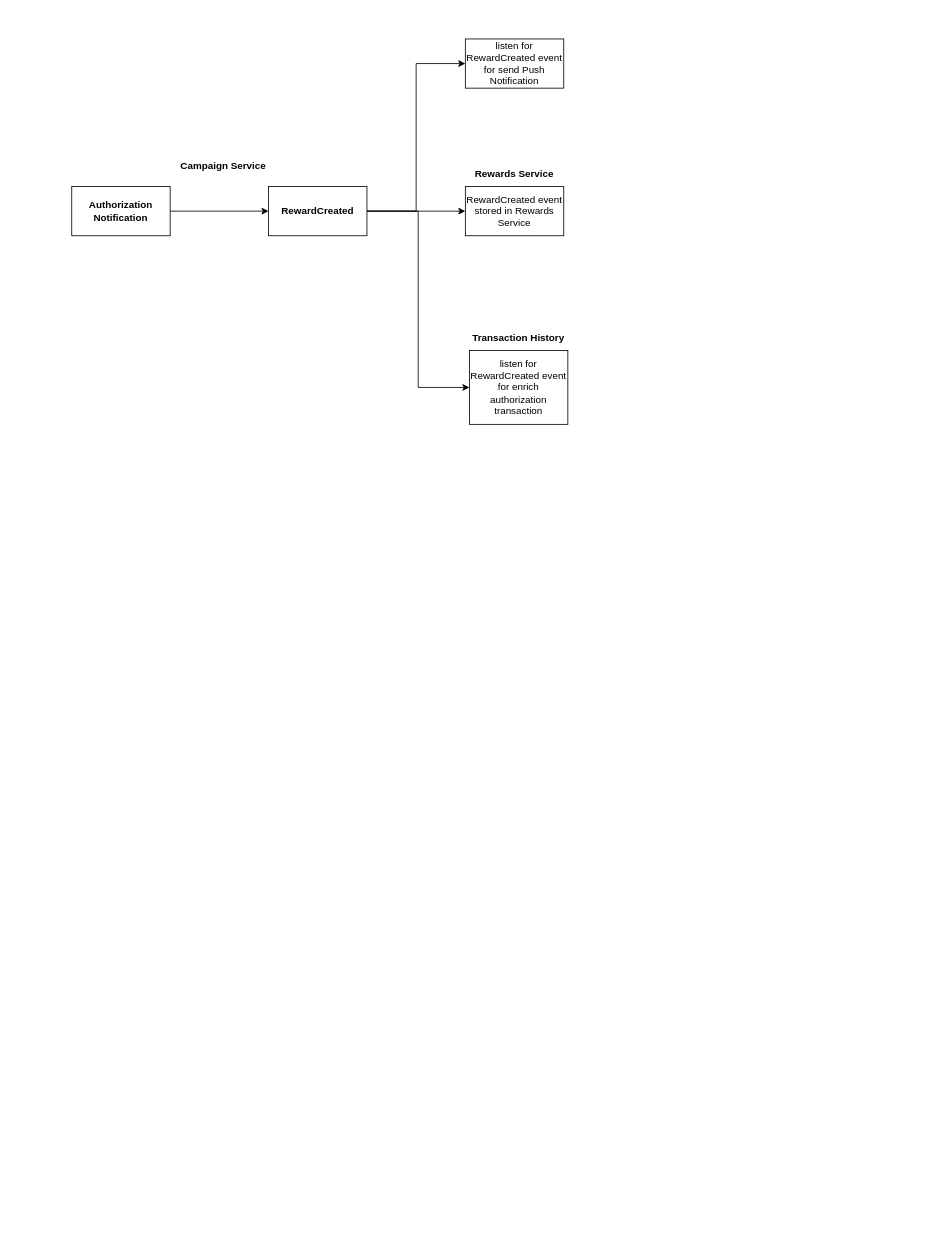
DemiusAcademius/diagrams keeps this draw.io diagram as Untitled Diagram.drawio. Above is the earlier version. Source tidied: cells renumbered, new cells numbered last; positions are measured from the earlier drawing's top-left corner, leaving out a move shared by most shapes. Both pictures are drawn from the tidied source at 82%, with x=0, y=0 at pixel (71, 39).
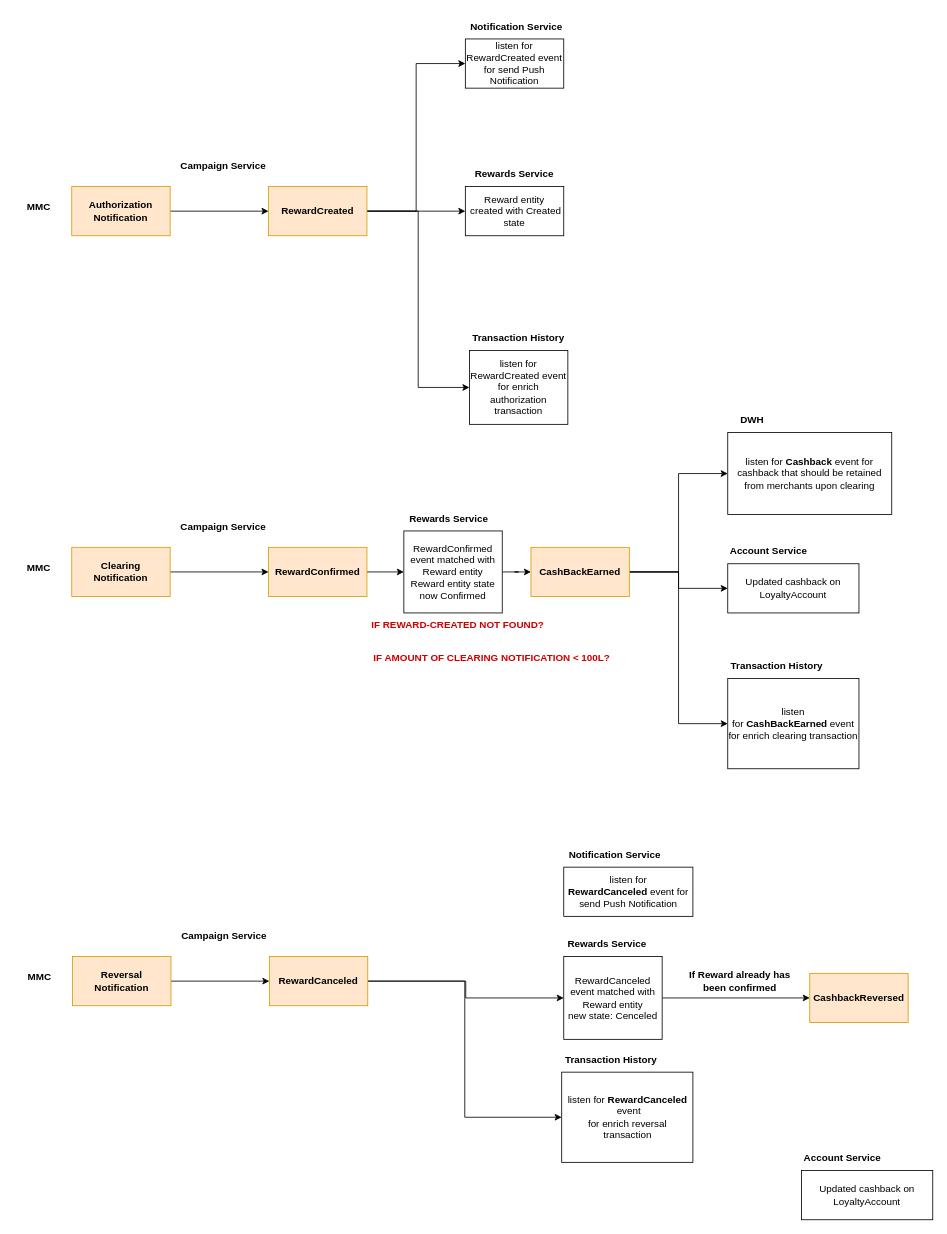
The same page after the edit.

The edit, as a diff of the source:
```diff
@@
-    <mxCell id="3" value="&lt;b&gt;Authorization&lt;br&gt;Notification&lt;/b&gt;" style="rounded=0;whiteSpace=wrap;html=1;" parent="1" vertex="1">
+    <mxCell id="3" value="&lt;b&gt;Authorization&lt;br&gt;Notification&lt;/b&gt;" style="rounded=0;whiteSpace=wrap;html=1;fillColor=#ffe6cc;strokeColor=#d79b00;" parent="1" vertex="1">
       <mxGeometry y="180" width="120" height="60" as="geometry" />
     </mxCell>
@@
-    <mxCell id="7" value="&lt;b&gt;RewardCreated&lt;/b&gt;" style="rounded=0;whiteSpace=wrap;html=1;" parent="1" vertex="1">
+    <mxCell id="7" value="&lt;b&gt;RewardCreated&lt;/b&gt;" style="rounded=0;whiteSpace=wrap;html=1;fillColor=#ffe6cc;strokeColor=#d79b00;" parent="1" vertex="1">
       <mxGeometry x="240" y="180" width="120" height="60" as="geometry" />
     </mxCell>
@@
-    <mxCell id="9" value="RewardCreated event stored in Rewards Service" style="rounded=0;whiteSpace=wrap;html=1;" parent="1" vertex="1">
+    <mxCell id="9" value="Reward entity&lt;br&gt;&amp;nbsp;created with Created state" style="rounded=0;whiteSpace=wrap;html=1;" parent="1" vertex="1">
       <mxGeometry x="480" y="180" width="120" height="60" as="geometry" />
     </mxCell>
@@
+    <mxCell id="14" style="edgeStyle=orthogonalEdgeStyle;rounded=0;jettySize=auto;html=1;entryX=0;entryY=0.5;entryDx=0;entryDy=0;" parent="1" edge="1" source="15" target="19">
+      <mxGeometry relative="1" as="geometry" />
+    </mxCell>
+    <mxCell id="15" value="&lt;b&gt;Clearing&lt;br&gt;Notification&lt;/b&gt;" style="rounded=0;whiteSpace=wrap;html=1;fillColor=#ffe6cc;strokeColor=#d79b00;" parent="1" vertex="1">
+      <mxGeometry y="620" width="120" height="60" as="geometry" />
+    </mxCell>
+    <mxCell id="16" value="&lt;b&gt;MMC&lt;/b&gt;" style="text;html=1;strokeColor=none;fillColor=none;align=center;verticalAlign=middle;whiteSpace=wrap;rounded=0;" parent="1" vertex="1">
+      <mxGeometry x="-70" y="190" width="60" height="30" as="geometry" />
+    </mxCell>
+    <mxCell id="17" value="&lt;b&gt;MMC&lt;/b&gt;" style="text;html=1;strokeColor=none;fillColor=none;align=center;verticalAlign=middle;whiteSpace=wrap;rounded=0;" parent="1" vertex="1">
+      <mxGeometry x="-70" y="630" width="60" height="30" as="geometry" />
+    </mxCell>
+    <mxCell id="18" style="edgeStyle=orthogonalEdgeStyle;rounded=0;jettySize=auto;html=1;entryX=0;entryY=0.5;entryDx=0;entryDy=0;" parent="1" edge="1" source="19" target="22">
+      <mxGeometry relative="1" as="geometry" />
+    </mxCell>
+    <mxCell id="19" value="&lt;b&gt;RewardConfirmed&lt;/b&gt;" style="rounded=0;whiteSpace=wrap;html=1;fillColor=#ffe6cc;strokeColor=#d79b00;" parent="1" vertex="1">
+      <mxGeometry x="240" y="620" width="120" height="60" as="geometry" />
+    </mxCell>
+    <mxCell id="20" value="&lt;b&gt;Campaign Service&lt;/b&gt;" style="text;html=1;strokeColor=none;fillColor=none;align=center;verticalAlign=middle;whiteSpace=wrap;rounded=0;" parent="1" vertex="1">
+      <mxGeometry x="130" y="580" width="110" height="30" as="geometry" />
+    </mxCell>
+    <mxCell id="21" style="edgeStyle=orthogonalEdgeStyle;rounded=0;jettySize=auto;html=1;entryX=0;entryY=0.5;entryDx=0;entryDy=0;" parent="1" edge="1" source="22" target="27">
+      <mxGeometry relative="1" as="geometry" />
+    </mxCell>
+    <mxCell id="22" value="RewardConfirmed event matched with Reward entity&lt;br&gt;Reward entity state now Confirmed" style="rounded=0;whiteSpace=wrap;html=1;" parent="1" vertex="1">
+      <mxGeometry x="405" y="600" width="120" height="100" as="geometry" />
+    </mxCell>
+    <mxCell id="23" value="&lt;b&gt;Rewards Service&lt;/b&gt;" style="text;html=1;strokeColor=none;fillColor=none;align=center;verticalAlign=middle;whiteSpace=wrap;rounded=0;" parent="1" vertex="1">
+      <mxGeometry x="405" y="570" width="110" height="30" as="geometry" />
+    </mxCell>
+    <mxCell id="24" style="edgeStyle=orthogonalEdgeStyle;rounded=0;jettySize=auto;html=1;entryX=0;entryY=0.5;entryDx=0;entryDy=0;" parent="1" edge="1" source="27" target="28">
+      <mxGeometry relative="1" as="geometry" />
+    </mxCell>
+    <mxCell id="25" style="edgeStyle=orthogonalEdgeStyle;rounded=0;jettySize=auto;html=1;entryX=0;entryY=0.5;entryDx=0;entryDy=0;" parent="1" edge="1" source="27" target="31">
+      <mxGeometry relative="1" as="geometry" />
+    </mxCell>
+    <mxCell id="26" style="edgeStyle=orthogonalEdgeStyle;rounded=0;jettySize=auto;html=1;entryX=0;entryY=0.5;entryDx=0;entryDy=0;" parent="1" edge="1" source="27" target="33">
+      <mxGeometry relative="1" as="geometry" />
+    </mxCell>
+    <mxCell id="27" value="&lt;b&gt;CashBackEarned&lt;/b&gt;" style="rounded=0;whiteSpace=wrap;html=1;fillColor=#ffe6cc;strokeColor=#d79b00;" parent="1" vertex="1">
+      <mxGeometry x="560" y="620" width="120" height="60" as="geometry" />
+    </mxCell>
+    <mxCell id="28" value="Updated cashback on LoyaltyAccount" style="rounded=0;whiteSpace=wrap;html=1;" parent="1" vertex="1">
+      <mxGeometry x="800" y="640" width="160" height="60" as="geometry" />
+    </mxCell>
+    <mxCell id="29" value="&lt;b&gt;Account Service&lt;/b&gt;" style="text;html=1;strokeColor=none;fillColor=none;align=center;verticalAlign=middle;whiteSpace=wrap;rounded=0;" parent="1" vertex="1">
+      <mxGeometry x="800" y="610" width="100" height="30" as="geometry" />
+    </mxCell>
+    <mxCell id="30" value="&lt;b&gt;Notification Service&lt;/b&gt;" style="text;html=1;strokeColor=none;fillColor=none;align=center;verticalAlign=middle;whiteSpace=wrap;rounded=0;" parent="1" vertex="1">
+      <mxGeometry x="480" y="-30" width="125" height="30" as="geometry" />
+    </mxCell>
+    <mxCell id="31" value="listen for&amp;nbsp;&lt;b style=&quot;border-color: var(--border-color);&quot;&gt;CashBackEarned&amp;nbsp;&lt;/b&gt;event&lt;br&gt;for enrich clearing transaction" style="rounded=0;whiteSpace=wrap;html=1;" parent="1" vertex="1">
+      <mxGeometry x="800" y="780" width="160" height="110" as="geometry" />
+    </mxCell>
+    <mxCell id="32" value="&lt;b&gt;Transaction History&lt;/b&gt;" style="text;html=1;strokeColor=none;fillColor=none;align=center;verticalAlign=middle;whiteSpace=wrap;rounded=0;" parent="1" vertex="1">
+      <mxGeometry x="800" y="750" width="120" height="30" as="geometry" />
+    </mxCell>
+    <mxCell id="33" value="listen for &lt;b&gt;Cashback &lt;/b&gt;event for&lt;br&gt;cashback that should be retained from merchants upon clearing" style="rounded=0;whiteSpace=wrap;html=1;" parent="1" vertex="1">
+      <mxGeometry x="800" y="480" width="200" height="100" as="geometry" />
+    </mxCell>
+    <mxCell id="34" value="&lt;b&gt;DWH&lt;/b&gt;" style="text;html=1;strokeColor=none;fillColor=none;align=center;verticalAlign=middle;whiteSpace=wrap;rounded=0;" parent="1" vertex="1">
+      <mxGeometry x="800" y="450" width="60" height="30" as="geometry" />
+    </mxCell>
+    <mxCell id="35" value="&lt;b&gt;&lt;font color=&quot;#cc0000&quot;&gt;IF REWARD-CREATED NOT FOUND?&lt;/font&gt;&lt;/b&gt;" style="text;html=1;strokeColor=none;fillColor=none;align=center;verticalAlign=middle;whiteSpace=wrap;rounded=0;" parent="1" vertex="1">
+      <mxGeometry x="361" y="700" width="220" height="30" as="geometry" />
+    </mxCell>
+    <mxCell id="36" style="edgeStyle=orthogonalEdgeStyle;rounded=0;jettySize=auto;html=1;entryX=0;entryY=0.5;entryDx=0;entryDy=0;" parent="1" edge="1" source="37" target="41">
+      <mxGeometry relative="1" as="geometry" />
+    </mxCell>
+    <mxCell id="37" value="&lt;b&gt;Reversal&lt;br&gt;Notification&lt;/b&gt;" style="rounded=0;whiteSpace=wrap;html=1;fillColor=#ffe6cc;strokeColor=#d79b00;" parent="1" vertex="1">
+      <mxGeometry x="1" y="1119" width="120" height="60" as="geometry" />
+    </mxCell>
+    <mxCell id="38" value="&lt;b&gt;MMC&lt;/b&gt;" style="text;html=1;strokeColor=none;fillColor=none;align=center;verticalAlign=middle;whiteSpace=wrap;rounded=0;" parent="1" vertex="1">
+      <mxGeometry x="-69" y="1129" width="60" height="30" as="geometry" />
+    </mxCell>
+    <mxCell id="39" style="edgeStyle=orthogonalEdgeStyle;rounded=0;jettySize=auto;html=1;entryX=0;entryY=0.5;entryDx=0;entryDy=0;" parent="1" edge="1" source="41" target="46">
+      <mxGeometry relative="1" as="geometry" />
+    </mxCell>
+    <mxCell id="40" style="edgeStyle=orthogonalEdgeStyle;rounded=0;jettySize=auto;html=1;entryX=0;entryY=0.5;entryDx=0;entryDy=0;" parent="1" edge="1" source="41" target="44">
+      <mxGeometry relative="1" as="geometry" />
+    </mxCell>
+    <mxCell id="41" value="&lt;b&gt;RewardCanceled&lt;/b&gt;" style="rounded=0;whiteSpace=wrap;html=1;fillColor=#ffe6cc;strokeColor=#d79b00;" parent="1" vertex="1">
+      <mxGeometry x="241" y="1119" width="120" height="60" as="geometry" />
+    </mxCell>
+    <mxCell id="42" value="&lt;b&gt;Campaign Service&lt;/b&gt;" style="text;html=1;strokeColor=none;fillColor=none;align=center;verticalAlign=middle;whiteSpace=wrap;rounded=0;" parent="1" vertex="1">
+      <mxGeometry x="131" y="1079" width="110" height="30" as="geometry" />
+    </mxCell>
+    <mxCell id="43" style="edgeStyle=orthogonalEdgeStyle;rounded=0;jettySize=auto;html=1;entryX=0;entryY=0.5;entryDx=0;entryDy=0;" parent="1" edge="1" source="44" target="51">
+      <mxGeometry relative="1" as="geometry" />
+    </mxCell>
+    <mxCell id="44" value="RewardCanceled event matched with Reward entity&lt;br&gt;new state: Cenceled" style="rounded=0;whiteSpace=wrap;html=1;" parent="1" vertex="1">
+      <mxGeometry x="600" y="1119" width="120" height="101" as="geometry" />
+    </mxCell>
+    <mxCell id="45" value="&lt;b&gt;Rewards Service&lt;/b&gt;" style="text;html=1;strokeColor=none;fillColor=none;align=center;verticalAlign=middle;whiteSpace=wrap;rounded=0;" parent="1" vertex="1">
+      <mxGeometry x="597.5" y="1089" width="110" height="30" as="geometry" />
+    </mxCell>
+    <mxCell id="46" value="listen for&amp;nbsp;&lt;b style=&quot;border-color: var(--border-color);&quot;&gt;RewardCanceled&lt;/b&gt;&lt;br&gt;&lt;b style=&quot;border-color: var(--border-color);&quot;&gt;&amp;nbsp;&lt;/b&gt;event&lt;br&gt;for enrich reversal transaction" style="rounded=0;whiteSpace=wrap;html=1;" parent="1" vertex="1">
+      <mxGeometry x="597.5" y="1260" width="160" height="110" as="geometry" />
+    </mxCell>
+    <mxCell id="47" value="&lt;b&gt;Transaction History&lt;/b&gt;" style="text;html=1;strokeColor=none;fillColor=none;align=center;verticalAlign=middle;whiteSpace=wrap;rounded=0;" parent="1" vertex="1">
+      <mxGeometry x="597.5" y="1230" width="120" height="30" as="geometry" />
+    </mxCell>
+    <mxCell id="48" value="&lt;b&gt;&lt;font color=&quot;#cc0000&quot;&gt;IF AMOUNT OF CLEARING NOTIFICATION &amp;lt; 100L?&lt;/font&gt;&lt;/b&gt;" style="text;html=1;strokeColor=none;fillColor=none;align=center;verticalAlign=middle;whiteSpace=wrap;rounded=0;" parent="1" vertex="1">
+      <mxGeometry x="360" y="740" width="305" height="30" as="geometry" />
+    </mxCell>
+    <mxCell id="49" value="listen for&lt;br&gt;&lt;b style=&quot;border-color: var(--border-color);&quot;&gt;RewardCanceled&amp;nbsp;&lt;/b&gt;event for send Push Notification" style="rounded=0;whiteSpace=wrap;html=1;" parent="1" vertex="1">
+      <mxGeometry x="600" y="1010" width="157.5" height="60" as="geometry" />
+    </mxCell>
+    <mxCell id="50" value="&lt;b&gt;Notification Service&lt;/b&gt;" style="text;html=1;strokeColor=none;fillColor=none;align=center;verticalAlign=middle;whiteSpace=wrap;rounded=0;" parent="1" vertex="1">
+      <mxGeometry x="600" y="980" width="125" height="30" as="geometry" />
+    </mxCell>
+    <mxCell id="51" value="&lt;b&gt;CashbackReversed&lt;/b&gt;" style="rounded=0;whiteSpace=wrap;html=1;fillColor=#ffe6cc;strokeColor=#d79b00;" parent="1" vertex="1">
+      <mxGeometry x="900" y="1139.5" width="120" height="60" as="geometry" />
+    </mxCell>
+    <mxCell id="52" value="&lt;b&gt;If Reward already has been confirmed&lt;/b&gt;" style="text;html=1;strokeColor=none;fillColor=none;align=center;verticalAlign=middle;whiteSpace=wrap;rounded=0;" parent="1" vertex="1">
+      <mxGeometry x="740" y="1134" width="150" height="30" as="geometry" />
+    </mxCell>
+    <mxCell id="53" value="Updated cashback on LoyaltyAccount" style="rounded=0;whiteSpace=wrap;html=1;" parent="1" vertex="1">
+      <mxGeometry x="890" y="1380" width="160" height="60" as="geometry" />
+    </mxCell>
+    <mxCell id="54" value="&lt;b&gt;Account Service&lt;/b&gt;" style="text;html=1;strokeColor=none;fillColor=none;align=center;verticalAlign=middle;whiteSpace=wrap;rounded=0;" parent="1" vertex="1">
+      <mxGeometry x="890" y="1350" width="100" height="30" as="geometry" />
+    </mxCell>
```
